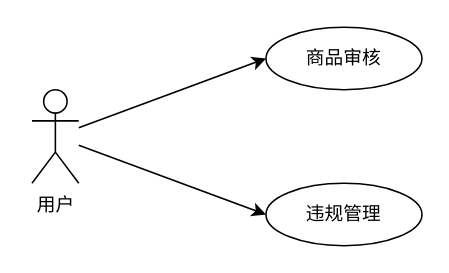
Above: 审核员模块用例图.drawio in 200928/image (draw.io), before the change. Source tidied: cells renumbered, new cells numbered last; positions are measured from the earlier drawing's top-left corner, leaving out a move shared by most shapes. Both pictures are drawn from the tidied source at 156%, with x=0, y=0 at pixel (31, 27).
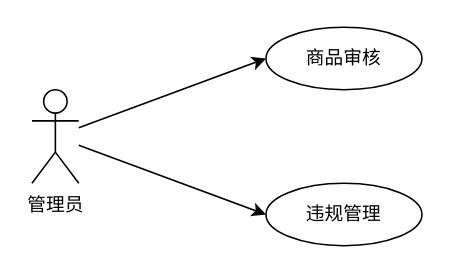
The same page after the edit.

Commit message (it also covers changes not shown here):
更新审核员模块用例图.drawio

Change to the diagram source:
```diff
@@
 <mxGraphModel>
   <root>
     <mxCell id="0" />
     <mxCell id="1" parent="0" />
     <mxCell id="2" style="edgeStyle=none;rounded=0;jettySize=auto;html=1;entryX=0;entryY=0.5;entryDx=0;entryDy=0;fontSize=11;" parent="1" edge="1" source="4" target="5">
       <mxGeometry relative="1" as="geometry" />
     </mxCell>
     <mxCell id="3" style="edgeStyle=none;rounded=0;jettySize=auto;html=1;entryX=0;entryY=0.5;entryDx=0;entryDy=0;fontSize=11;" parent="1" edge="1" source="4" target="6">
       <mxGeometry relative="1" as="geometry" />
     </mxCell>
-    <mxCell id="4" value="用户" style="shape=umlActor;verticalLabelPosition=bottom;verticalAlign=top;html=1;" parent="1" vertex="1">
+    <mxCell id="4" value="管理员" style="shape=umlActor;verticalLabelPosition=bottom;verticalAlign=top;html=1;" parent="1" vertex="1">
       <mxGeometry y="40" width="30" height="60" as="geometry" />
     </mxCell>
     <mxCell id="5" value="商品审核" style="ellipse;whiteSpace=wrap;html=1;" parent="1" vertex="1">
       <mxGeometry x="150" width="100" height="40" as="geometry" />
     </mxCell>
     <mxCell id="6" value="违规管理" style="ellipse;whiteSpace=wrap;html=1;" parent="1" vertex="1">
       <mxGeometry x="150" y="100" width="100" height="40" as="geometry" />
     </mxCell>
   </root>
 </mxGraphModel>
```
